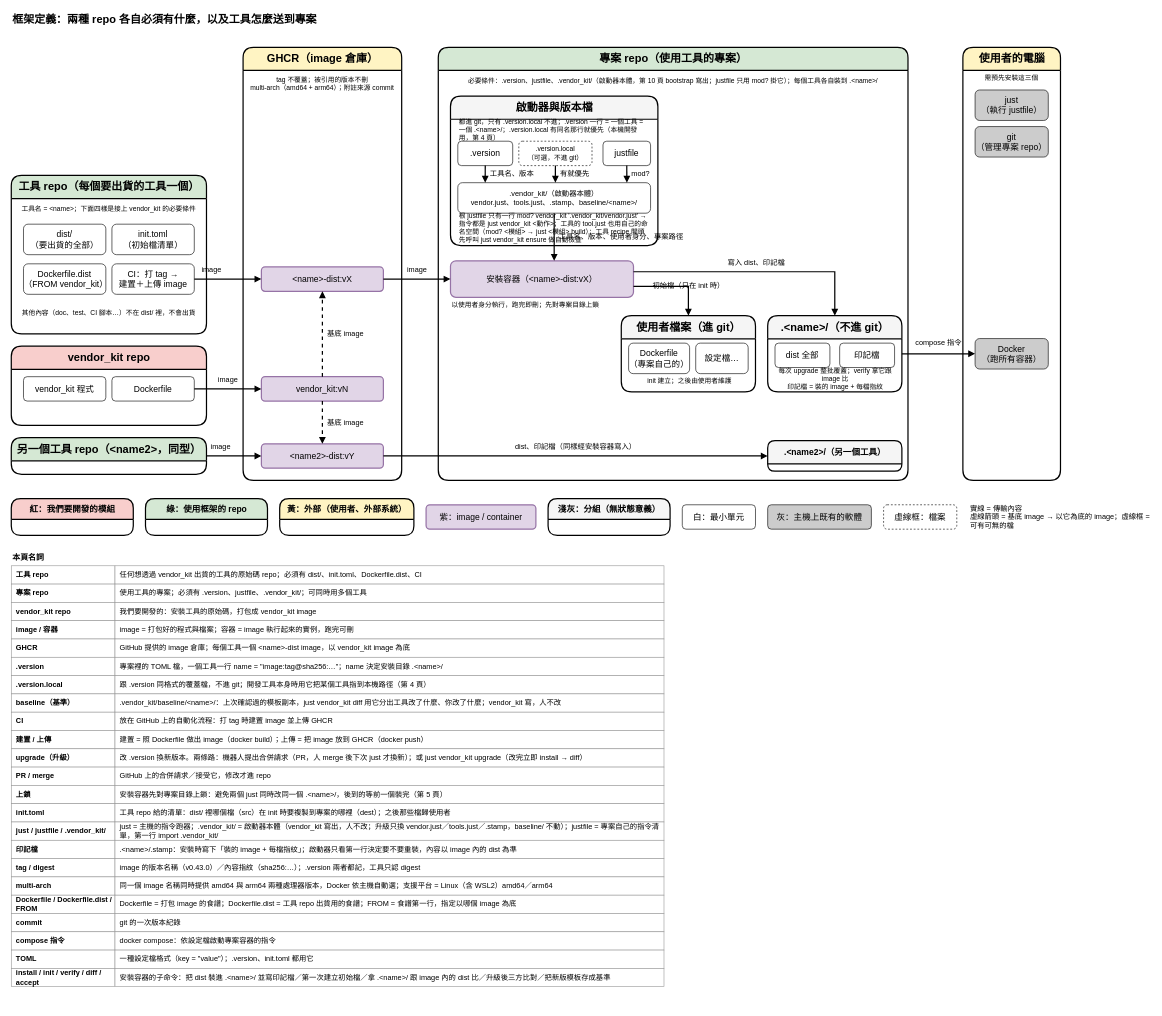
Earlier version of the draw.io diagram page "2. 框架定義" (2 of 12) of dist_distribution.drawio (ycpss91255-research/vendor_kit). Source tidied: cells renumbered, new cells numbered last; positions are measured from the earlier drawing's top-left corner, leaving out a move shared by most shapes. Both pictures are drawn from the tidied source at 61%, with x=0, y=0 at pixel (11, 10).
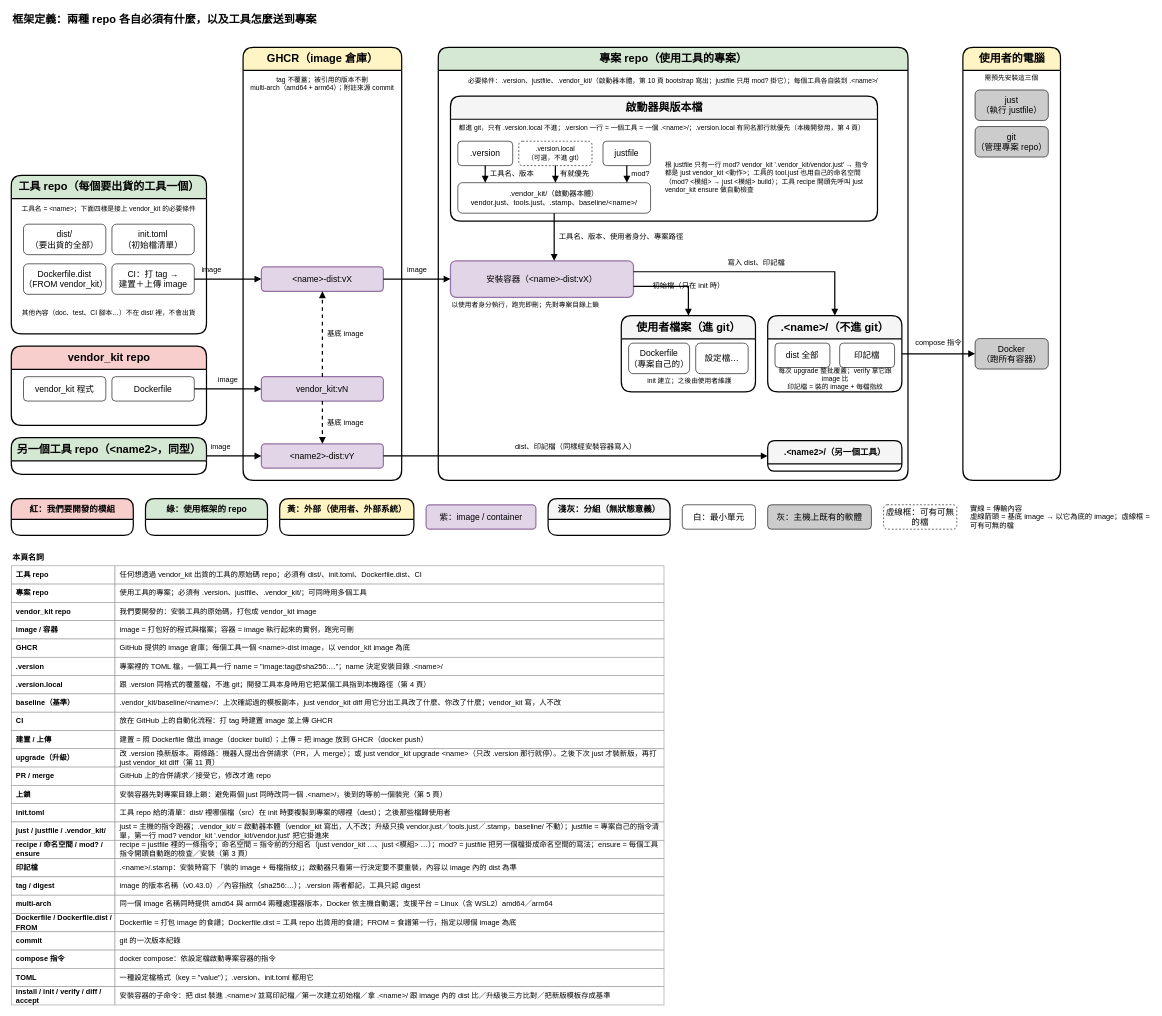
Above is the later version.

Unchanged cells that the change refers to:
```xml
<mxCell id="19" value="專案 repo（使用工具的專案）" style="swimlane;html=1;rounded=1;startSize=38;fontStyle=1;fontSize=18;fillColor=#d5e8d4;swimlaneFillColor=#ffffff;strokeColor=#000000;strokeWidth=2;" parent="1" vertex="1">
  <mxGeometry x="700" y="60" width="770" height="710" as="geometry" />
</mxCell>
```

What changed in the source:
```diff
@@
     <mxCell id="21" value="啟動器與版本檔" style="swimlane;html=1;rounded=1;startSize=38;fontStyle=1;fontSize=18;fillColor=#f5f5f5;swimlaneFillColor=#ffffff;strokeColor=#000000;strokeWidth=2;" parent="19" vertex="1">
-      <mxGeometry x="20" y="80" width="340" height="245" as="geometry" />
+      <mxGeometry x="20" y="80" width="700" height="205" as="geometry" />
     </mxCell>
     <mxCell id="22" value="都進 git，只有 .version.local 不進；.version 一行 = 一個工具 = 一個 .&amp;lt;name&amp;gt;/；.version.local 有同名那行就優先（本機開發用，第 4 頁）" style="text;html=1;whiteSpace=wrap;align=center;verticalAlign=middle;fontSize=11;strokeColor=none;fillColor=none;align=left;" parent="21" vertex="1">
-      <mxGeometry x="12" y="40" width="316" height="30" as="geometry" />
+      <mxGeometry x="12" y="34" width="676" height="36" as="geometry" />
     </mxCell>
@@
     <mxCell id="27" value="根 justfile 只有一行 mod? vendor_kit '.vendor_kit/vendor.just' → 指令都是 just vendor_kit &amp;lt;動作&amp;gt;；工具的 tool.just 也用自己的命名空間（mod? &amp;lt;模組&amp;gt; → just &amp;lt;模組&amp;gt; build）；工具 recipe 開頭先呼叫 just vendor_kit ensure 做自動檢查" style="text;html=1;whiteSpace=wrap;align=center;verticalAlign=middle;fontSize=11;strokeColor=none;fillColor=none;align=left;" parent="21" vertex="1">
-      <mxGeometry x="12" y="198" width="316" height="36" as="geometry" />
+      <mxGeometry x="350" y="74" width="336" height="118" as="geometry" />
     </mxCell>
@@
-    <mxCell id="65" value="虛線框：檔案" style="rounded=1;whiteSpace=wrap;html=1;fillColor=#ffffff;strokeColor=light-dark(#000000,#9577A3);fontSize=14;strokeWidth=1;dashed=1;" parent="1" vertex="1">
+    <mxCell id="65" value="虛線框：可有可無的檔" style="rounded=1;whiteSpace=wrap;html=1;fillColor=#ffffff;strokeColor=light-dark(#000000,#9577A3);fontSize=14;strokeWidth=1;dashed=1;" parent="1" vertex="1">
       <mxGeometry x="1430" y="810" width="120" height="40" as="geometry" />
     </mxCell>
@@
-    <mxCell id="89" value="改 .version 換新版本。兩條路：機器人提出合併請求（PR，人 merge 後下次 just 才換新）；或 just vendor_kit upgrade（改完立即 install → diff）" style="rounded=0;whiteSpace=wrap;html=1;fillColor=#ffffff;strokeColor=#999999;fontSize=12;align=left;spacingLeft=6;strokeWidth=1;" parent="1" vertex="1">
+    <mxCell id="89" value="改 .version 換新版本。兩條路：機器人提出合併請求（PR，人 merge）；或 just vendor_kit upgrade &amp;lt;name&amp;gt;（只改 .version 那行就停）。之後下次 just 才裝新版，再打 just vendor_kit diff（第 11 頁）" style="rounded=0;whiteSpace=wrap;html=1;fillColor=#ffffff;strokeColor=#999999;fontSize=12;align=left;spacingLeft=6;strokeWidth=1;" parent="1" vertex="1">
       <mxGeometry x="170" y="1210" width="900" height="30" as="geometry" />
     </mxCell>
@@
-    <mxCell id="97" value="just = 主機的指令跑器；.vendor_kit/ = 啟動器本體（vendor_kit 寫出，人不改；升級只換 vendor.just／tools.just／.stamp，baseline/ 不動）；justfile = 專案自己的指令清單，第一行 import .vendor_kit/" style="rounded=0;whiteSpace=wrap;html=1;fillColor=#ffffff;strokeColor=#999999;fontSize=12;align=left;spacingLeft=6;strokeWidth=1;" parent="1" vertex="1">
+    <mxCell id="97" value="just = 主機的指令跑器；.vendor_kit/ = 啟動器本體（vendor_kit 寫出，人不改；升級只換 vendor.just／tools.just／.stamp，baseline/ 不動）；justfile = 專案自己的指令清單，第一行 mod? vendor_kit '.vendor_kit/vendor.just' 把它掛進來" style="rounded=0;whiteSpace=wrap;html=1;fillColor=#ffffff;strokeColor=#999999;fontSize=12;align=left;spacingLeft=6;strokeWidth=1;" parent="1" vertex="1">
       <mxGeometry x="170" y="1330" width="900" height="30" as="geometry" />
     </mxCell>
-    <mxCell id="98" value="印記檔" style="rounded=0;whiteSpace=wrap;html=1;fillColor=#ffffff;strokeColor=#999999;fontSize=12;fontStyle=1;align=left;spacingLeft=6;strokeWidth=1;" parent="1" vertex="1">
+    <mxCell id="98" value="recipe / 命名空間 / mod? / ensure" style="rounded=0;whiteSpace=wrap;html=1;fillColor=#ffffff;strokeColor=#999999;fontSize=12;fontStyle=1;align=left;spacingLeft=6;strokeWidth=1;" parent="1" vertex="1">
       <mxGeometry y="1360" width="170" height="30" as="geometry" />
     </mxCell>
-    <mxCell id="99" value=".&amp;lt;name&amp;gt;/.stamp：安裝時寫下「裝的 image + 每檔指紋」；啟動器只看第一行決定要不要重裝，內容以 image 內的 dist 為準" style="rounded=0;whiteSpace=wrap;html=1;fillColor=#ffffff;strokeColor=#999999;fontSize=12;align=left;spacingLeft=6;strokeWidth=1;" parent="1" vertex="1">
+    <mxCell id="99" value="recipe = justfile 裡的一條指令；命名空間 = 指令前的分組名（just vendor_kit …、just &amp;lt;模組&amp;gt; …）；mod? = justfile 把另一個檔掛成命名空間的寫法；ensure = 每個工具指令開頭自動跑的檢查／安裝（第 3 頁）" style="rounded=0;whiteSpace=wrap;html=1;fillColor=#ffffff;strokeColor=#999999;fontSize=12;align=left;spacingLeft=6;strokeWidth=1;" parent="1" vertex="1">
       <mxGeometry x="170" y="1360" width="900" height="30" as="geometry" />
     </mxCell>
-    <mxCell id="100" value="tag / digest" style="rounded=0;whiteSpace=wrap;html=1;fillColor=#ffffff;strokeColor=#999999;fontSize=12;fontStyle=1;align=left;spacingLeft=6;strokeWidth=1;" parent="1" vertex="1">
+    <mxCell id="100" value="印記檔" style="rounded=0;whiteSpace=wrap;html=1;fillColor=#ffffff;strokeColor=#999999;fontSize=12;fontStyle=1;align=left;spacingLeft=6;strokeWidth=1;" parent="1" vertex="1">
       <mxGeometry y="1390" width="170" height="30" as="geometry" />
     </mxCell>
-    <mxCell id="101" value="image 的版本名稱（v0.43.0）／內容指紋（sha256:…）；.version 兩者都記，工具只認 digest" style="rounded=0;whiteSpace=wrap;html=1;fillColor=#ffffff;strokeColor=#999999;fontSize=12;align=left;spacingLeft=6;strokeWidth=1;" parent="1" vertex="1">
+    <mxCell id="101" value=".&amp;lt;name&amp;gt;/.stamp：安裝時寫下「裝的 image + 每檔指紋」；啟動器只看第一行決定要不要重裝，內容以 image 內的 dist 為準" style="rounded=0;whiteSpace=wrap;html=1;fillColor=#ffffff;strokeColor=#999999;fontSize=12;align=left;spacingLeft=6;strokeWidth=1;" parent="1" vertex="1">
       <mxGeometry x="170" y="1390" width="900" height="30" as="geometry" />
     </mxCell>
-    <mxCell id="102" value="multi-arch" style="rounded=0;whiteSpace=wrap;html=1;fillColor=#ffffff;strokeColor=#999999;fontSize=12;fontStyle=1;align=left;spacingLeft=6;strokeWidth=1;" parent="1" vertex="1">
+    <mxCell id="102" value="tag / digest" style="rounded=0;whiteSpace=wrap;html=1;fillColor=#ffffff;strokeColor=#999999;fontSize=12;fontStyle=1;align=left;spacingLeft=6;strokeWidth=1;" parent="1" vertex="1">
       <mxGeometry y="1420" width="170" height="30" as="geometry" />
     </mxCell>
-    <mxCell id="103" value="同一個 image 名稱同時提供 amd64 與 arm64 兩種處理器版本，Docker 依主機自動選；支援平台 = Linux（含 WSL2）amd64／arm64" style="rounded=0;whiteSpace=wrap;html=1;fillColor=#ffffff;strokeColor=#999999;fontSize=12;align=left;spacingLeft=6;strokeWidth=1;" parent="1" vertex="1">
+    <mxCell id="103" value="image 的版本名稱（v0.43.0）／內容指紋（sha256:…）；.version 兩者都記，工具只認 digest" style="rounded=0;whiteSpace=wrap;html=1;fillColor=#ffffff;strokeColor=#999999;fontSize=12;align=left;spacingLeft=6;strokeWidth=1;" parent="1" vertex="1">
       <mxGeometry x="170" y="1420" width="900" height="30" as="geometry" />
     </mxCell>
-    <mxCell id="104" value="Dockerfile / Dockerfile.dist / FROM" style="rounded=0;whiteSpace=wrap;html=1;fillColor=#ffffff;strokeColor=#999999;fontSize=12;fontStyle=1;align=left;spacingLeft=6;strokeWidth=1;" parent="1" vertex="1">
+    <mxCell id="104" value="multi-arch" style="rounded=0;whiteSpace=wrap;html=1;fillColor=#ffffff;strokeColor=#999999;fontSize=12;fontStyle=1;align=left;spacingLeft=6;strokeWidth=1;" parent="1" vertex="1">
       <mxGeometry y="1450" width="170" height="30" as="geometry" />
     </mxCell>
-    <mxCell id="105" value="Dockerfile = 打包 image 的食譜；Dockerfile.dist = 工具 repo 出貨用的食譜；FROM = 食譜第一行，指定以哪個 image 為底" style="rounded=0;whiteSpace=wrap;html=1;fillColor=#ffffff;strokeColor=#999999;fontSize=12;align=left;spacingLeft=6;strokeWidth=1;" parent="1" vertex="1">
+    <mxCell id="105" value="同一個 image 名稱同時提供 amd64 與 arm64 兩種處理器版本，Docker 依主機自動選；支援平台 = Linux（含 WSL2）amd64／arm64" style="rounded=0;whiteSpace=wrap;html=1;fillColor=#ffffff;strokeColor=#999999;fontSize=12;align=left;spacingLeft=6;strokeWidth=1;" parent="1" vertex="1">
       <mxGeometry x="170" y="1450" width="900" height="30" as="geometry" />
     </mxCell>
-    <mxCell id="106" value="commit" style="rounded=0;whiteSpace=wrap;html=1;fillColor=#ffffff;strokeColor=#999999;fontSize=12;fontStyle=1;align=left;spacingLeft=6;strokeWidth=1;" parent="1" vertex="1">
+    <mxCell id="106" value="Dockerfile / Dockerfile.dist / FROM" style="rounded=0;whiteSpace=wrap;html=1;fillColor=#ffffff;strokeColor=#999999;fontSize=12;fontStyle=1;align=left;spacingLeft=6;strokeWidth=1;" parent="1" vertex="1">
       <mxGeometry y="1480" width="170" height="30" as="geometry" />
     </mxCell>
-    <mxCell id="107" value="git 的一次版本紀錄" style="rounded=0;whiteSpace=wrap;html=1;fillColor=#ffffff;strokeColor=#999999;fontSize=12;align=left;spacingLeft=6;strokeWidth=1;" parent="1" vertex="1">
+    <mxCell id="107" value="Dockerfile = 打包 image 的食譜；Dockerfile.dist = 工具 repo 出貨用的食譜；FROM = 食譜第一行，指定以哪個 image 為底" style="rounded=0;whiteSpace=wrap;html=1;fillColor=#ffffff;strokeColor=#999999;fontSize=12;align=left;spacingLeft=6;strokeWidth=1;" parent="1" vertex="1">
       <mxGeometry x="170" y="1480" width="900" height="30" as="geometry" />
     </mxCell>
-    <mxCell id="108" value="compose 指令" style="rounded=0;whiteSpace=wrap;html=1;fillColor=#ffffff;strokeColor=#999999;fontSize=12;fontStyle=1;align=left;spacingLeft=6;strokeWidth=1;" parent="1" vertex="1">
+    <mxCell id="108" value="commit" style="rounded=0;whiteSpace=wrap;html=1;fillColor=#ffffff;strokeColor=#999999;fontSize=12;fontStyle=1;align=left;spacingLeft=6;strokeWidth=1;" parent="1" vertex="1">
       <mxGeometry y="1510" width="170" height="30" as="geometry" />
     </mxCell>
-    <mxCell id="109" value="docker compose：依設定檔啟動專案容器的指令" style="rounded=0;whiteSpace=wrap;html=1;fillColor=#ffffff;strokeColor=#999999;fontSize=12;align=left;spacingLeft=6;strokeWidth=1;" parent="1" vertex="1">
+    <mxCell id="109" value="git 的一次版本紀錄" style="rounded=0;whiteSpace=wrap;html=1;fillColor=#ffffff;strokeColor=#999999;fontSize=12;align=left;spacingLeft=6;strokeWidth=1;" parent="1" vertex="1">
       <mxGeometry x="170" y="1510" width="900" height="30" as="geometry" />
     </mxCell>
-    <mxCell id="110" value="TOML" style="rounded=0;whiteSpace=wrap;html=1;fillColor=#ffffff;strokeColor=#999999;fontSize=12;fontStyle=1;align=left;spacingLeft=6;strokeWidth=1;" parent="1" vertex="1">
+    <mxCell id="110" value="compose 指令" style="rounded=0;whiteSpace=wrap;html=1;fillColor=#ffffff;strokeColor=#999999;fontSize=12;fontStyle=1;align=left;spacingLeft=6;strokeWidth=1;" parent="1" vertex="1">
       <mxGeometry y="1540" width="170" height="30" as="geometry" />
     </mxCell>
-    <mxCell id="111" value="一種設定檔格式（key = &quot;value&quot;）；.version、init.toml 都用它" style="rounded=0;whiteSpace=wrap;html=1;fillColor=#ffffff;strokeColor=#999999;fontSize=12;align=left;spacingLeft=6;strokeWidth=1;" parent="1" vertex="1">
+    <mxCell id="111" value="docker compose：依設定檔啟動專案容器的指令" style="rounded=0;whiteSpace=wrap;html=1;fillColor=#ffffff;strokeColor=#999999;fontSize=12;align=left;spacingLeft=6;strokeWidth=1;" parent="1" vertex="1">
       <mxGeometry x="170" y="1540" width="900" height="30" as="geometry" />
     </mxCell>
-    <mxCell id="112" value="install / init / verify / diff / accept" style="rounded=0;whiteSpace=wrap;html=1;fillColor=#ffffff;strokeColor=#999999;fontSize=12;fontStyle=1;align=left;spacingLeft=6;strokeWidth=1;" parent="1" vertex="1">
+    <mxCell id="112" value="TOML" style="rounded=0;whiteSpace=wrap;html=1;fillColor=#ffffff;strokeColor=#999999;fontSize=12;fontStyle=1;align=left;spacingLeft=6;strokeWidth=1;" parent="1" vertex="1">
       <mxGeometry y="1570" width="170" height="30" as="geometry" />
     </mxCell>
-    <mxCell id="113" value="安裝容器的子命令：把 dist 裝進 .&amp;lt;name&amp;gt;/ 並寫印記檔／第一次建立初始檔／拿 .&amp;lt;name&amp;gt;/ 跟 image 內的 dist 比／升級後三方比對／把新版模板存成基準" style="rounded=0;whiteSpace=wrap;html=1;fillColor=#ffffff;strokeColor=#999999;fontSize=12;align=left;spacingLeft=6;strokeWidth=1;" parent="1" vertex="1">
+    <mxCell id="113" value="一種設定檔格式（key = &quot;value&quot;）；.version、init.toml 都用它" style="rounded=0;whiteSpace=wrap;html=1;fillColor=#ffffff;strokeColor=#999999;fontSize=12;align=left;spacingLeft=6;strokeWidth=1;" parent="1" vertex="1">
       <mxGeometry x="170" y="1570" width="900" height="30" as="geometry" />
     </mxCell>
+    <mxCell id="114" value="install / init / verify / diff / accept" style="rounded=0;whiteSpace=wrap;html=1;fillColor=#ffffff;strokeColor=#999999;fontSize=12;fontStyle=1;align=left;spacingLeft=6;strokeWidth=1;" parent="1" vertex="1">
+      <mxGeometry y="1600" width="170" height="30" as="geometry" />
+    </mxCell>
+    <mxCell id="115" value="安裝容器的子命令：把 dist 裝進 .&amp;lt;name&amp;gt;/ 並寫印記檔／第一次建立初始檔／拿 .&amp;lt;name&amp;gt;/ 跟 image 內的 dist 比／升級後三方比對／把新版模板存成基準" style="rounded=0;whiteSpace=wrap;html=1;fillColor=#ffffff;strokeColor=#999999;fontSize=12;align=left;spacingLeft=6;strokeWidth=1;" parent="1" vertex="1">
+      <mxGeometry x="170" y="1600" width="900" height="30" as="geometry" />
+    </mxCell>
```
